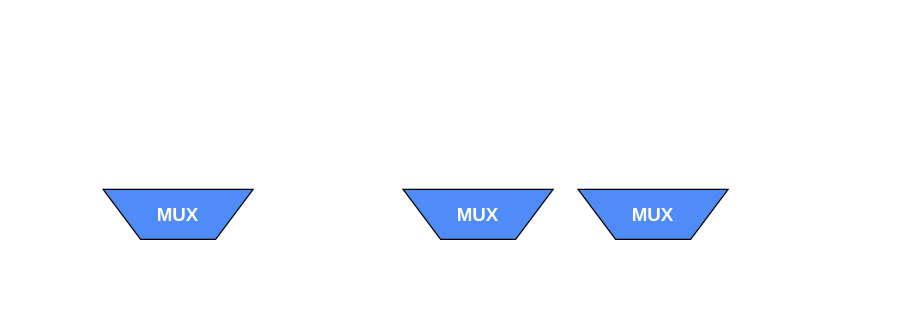
kxzhu0505/Delay-Padding-For-Multi-corner keeps this draw.io diagram as hlsls.drawio. Above is the earlier version. Source tidied: cells renumbered, new cells numbered last; positions are measured from the earlier drawing's top-left corner, leaving out a move shared by most shapes. Both pictures are drawn from the tidied source at 125%, with x=0, y=0 at pixel (102, 189).
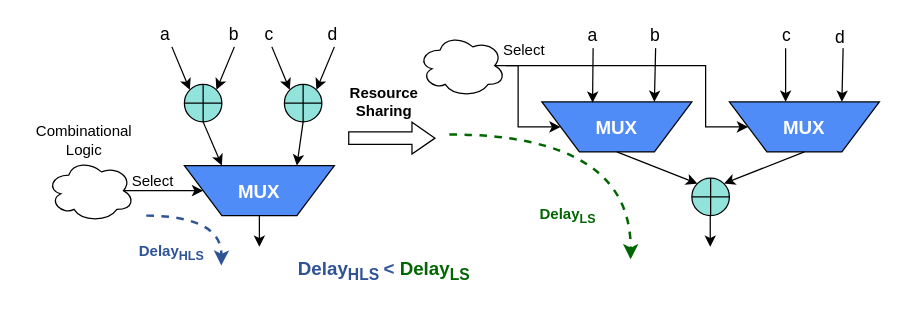
Above is the later version.

The change refers to these unchanged cells:
```xml
<mxCell id="3" style="shape=trapezoid;perimeter=trapezoidPerimeter;whiteSpace=wrap;html=1;fixedSize=1;size=30;rotation=-180;fillColor=light-dark(#4f8cf7, #ededed);" parent="2" vertex="1">
  <mxGeometry width="120" height="40" as="geometry" />
</mxCell>
<mxCell id="6" style="shape=trapezoid;perimeter=trapezoidPerimeter;whiteSpace=wrap;html=1;fixedSize=1;size=30;rotation=-180;fillColor=light-dark(#4f8cf7, #ededed);" parent="5" vertex="1">
  <mxGeometry width="120" height="40" as="geometry" />
</mxCell>
<mxCell id="9" style="shape=trapezoid;perimeter=trapezoidPerimeter;whiteSpace=wrap;html=1;fixedSize=1;size=30;rotation=-180;fillColor=light-dark(#4f8cf7, #ededed);" parent="8" vertex="1">
  <mxGeometry width="120" height="40" as="geometry" />
</mxCell>
```

What changed in the source:
```diff
@@
     <mxCell id="2" style="group;" parent="1" vertex="1">
-      <mxGeometry width="120" height="40" as="geometry" />
+      <mxGeometry x="65" y="-19" width="120" height="40" as="geometry" />
     </mxCell>
@@
     <mxCell id="5" style="group;" parent="1" vertex="1">
-      <mxGeometry x="240" width="120" height="40" as="geometry" />
+      <mxGeometry x="351" y="-70" width="120" height="40" as="geometry" />
     </mxCell>
@@
     <mxCell id="8" style="group;" parent="1" vertex="1">
-      <mxGeometry x="380" width="120" height="40" as="geometry" />
+      <mxGeometry x="501" y="-70" width="120" height="40" as="geometry" />
     </mxCell>
@@
+    <mxCell id="11" style="ellipse;shape=cloud;whiteSpace=wrap;html=1;fillColor=light-dark(#FFFFFF,#EDEDED);" parent="1" vertex="1">
+      <mxGeometry x="-45" y="-24" width="70" height="50" as="geometry" />
+    </mxCell>
+    <mxCell id="12" value="Combinational&lt;div&gt;Logic&lt;/div&gt;" style="text;html=1;align=center;verticalAlign=middle;whiteSpace=wrap;rounded=0;" parent="1" vertex="1">
+      <mxGeometry x="-65" y="-54" width="100" height="30" as="geometry" />
+    </mxCell>
+    <mxCell id="13" style="verticalLabelPosition=bottom;verticalAlign=top;html=1;shape=mxgraph.flowchart.summing_function;fillColor=#92E3DC;" parent="1" vertex="1">
+      <mxGeometry x="65" y="-84" width="30" height="30" as="geometry" />
+    </mxCell>
+    <mxCell id="14" style="endArrow=classic;html=1;rounded=0;entryX=0.855;entryY=0.145;entryDx=0;entryDy=0;entryPerimeter=0;" parent="1" edge="1" target="13">
+      <mxGeometry relative="1" as="geometry">
+        <mxPoint x="105" y="-114" as="sourcePoint" />
+      </mxGeometry>
+    </mxCell>
+    <mxCell id="15" style="endArrow=classic;html=1;rounded=0;entryX=0.145;entryY=0.145;entryDx=0;entryDy=0;entryPerimeter=0;" parent="1" edge="1" target="13">
+      <mxGeometry relative="1" as="geometry">
+        <mxPoint x="55" y="-114" as="sourcePoint" />
+      </mxGeometry>
+    </mxCell>
+    <mxCell id="16" style="verticalLabelPosition=bottom;verticalAlign=top;html=1;shape=mxgraph.flowchart.summing_function;fillColor=#92E3DC;" parent="1" vertex="1">
+      <mxGeometry x="145" y="-84" width="30" height="30" as="geometry" />
+    </mxCell>
+    <mxCell id="17" style="endArrow=classic;html=1;rounded=0;entryX=0.855;entryY=0.145;entryDx=0;entryDy=0;entryPerimeter=0;" parent="1" edge="1" target="16">
+      <mxGeometry relative="1" as="geometry">
+        <mxPoint x="185" y="-114" as="sourcePoint" />
+      </mxGeometry>
+    </mxCell>
+    <mxCell id="18" style="endArrow=classic;html=1;rounded=0;entryX=0.145;entryY=0.145;entryDx=0;entryDy=0;entryPerimeter=0;" parent="1" edge="1" target="16">
+      <mxGeometry relative="1" as="geometry">
+        <mxPoint x="135" y="-114" as="sourcePoint" />
+      </mxGeometry>
+    </mxCell>
+    <mxCell id="19" style="endArrow=classic;html=1;rounded=0;entryX=0.75;entryY=1;entryDx=0;entryDy=0;exitX=0.5;exitY=1;exitDx=0;exitDy=0;exitPerimeter=0;" parent="1" edge="1" source="13" target="3">
+      <mxGeometry relative="1" as="geometry" />
+    </mxCell>
+    <mxCell id="20" style="endArrow=classic;html=1;rounded=0;entryX=0.25;entryY=1;entryDx=0;entryDy=0;exitX=0.5;exitY=1;exitDx=0;exitDy=0;exitPerimeter=0;" parent="1" edge="1" source="16" target="3">
+      <mxGeometry relative="1" as="geometry" />
+    </mxCell>
+    <mxCell id="21" value="&lt;font style=&quot;font-size: 14px;&quot;&gt;a&lt;/font&gt;" style="text;html=1;align=center;verticalAlign=middle;whiteSpace=wrap;rounded=0;" parent="1" vertex="1">
+      <mxGeometry x="35" y="-134" width="30" height="20" as="geometry" />
+    </mxCell>
+    <mxCell id="22" value="&lt;font style=&quot;font-size: 14px;&quot;&gt;b&lt;/font&gt;" style="text;html=1;align=center;verticalAlign=middle;whiteSpace=wrap;rounded=0;" parent="1" vertex="1">
+      <mxGeometry x="90" y="-134" width="30" height="20" as="geometry" />
+    </mxCell>
+    <mxCell id="23" value="&lt;font style=&quot;font-size: 14px;&quot;&gt;c&lt;/font&gt;" style="text;html=1;align=center;verticalAlign=middle;whiteSpace=wrap;rounded=0;" parent="1" vertex="1">
+      <mxGeometry x="118" y="-134" width="30" height="20" as="geometry" />
+    </mxCell>
+    <mxCell id="24" value="&lt;font style=&quot;font-size: 14px;&quot;&gt;d&lt;/font&gt;" style="text;html=1;align=center;verticalAlign=middle;whiteSpace=wrap;rounded=0;" parent="1" vertex="1">
+      <mxGeometry x="169" y="-134" width="30" height="20" as="geometry" />
+    </mxCell>
+    <mxCell id="25" style="endArrow=classic;html=1;rounded=0;exitX=0.875;exitY=0.5;exitDx=0;exitDy=0;exitPerimeter=0;entryX=1;entryY=0.5;entryDx=0;entryDy=0;" parent="1" edge="1" source="11" target="3">
+      <mxGeometry relative="1" as="geometry" />
+    </mxCell>
+    <mxCell id="26" style="endArrow=classic;html=1;rounded=0;exitX=0.5;exitY=0;exitDx=0;exitDy=0;" parent="1" edge="1" source="3">
+      <mxGeometry relative="1" as="geometry">
+        <mxPoint x="125" y="46" as="targetPoint" />
+      </mxGeometry>
+    </mxCell>
+    <mxCell id="27" style="shape=flexArrow;endArrow=classic;html=1;rounded=0;endWidth=14.35897435897436;endSize=5.805128205128206;" parent="1" edge="1">
+      <mxGeometry relative="1" as="geometry">
+        <mxPoint x="196" y="-41" as="sourcePoint" />
+        <mxPoint x="266" y="-41" as="targetPoint" />
+      </mxGeometry>
+    </mxCell>
+    <mxCell id="28" value="&lt;b&gt;Resource&lt;/b&gt;&lt;div&gt;&lt;b&gt;Sharing&lt;/b&gt;&lt;/div&gt;" style="text;html=1;align=center;verticalAlign=middle;whiteSpace=wrap;rounded=0;" parent="1" vertex="1">
+      <mxGeometry x="175" y="-85" width="100" height="30" as="geometry" />
+    </mxCell>
+    <mxCell id="29" style="verticalLabelPosition=bottom;verticalAlign=top;html=1;shape=mxgraph.flowchart.summing_function;fillColor=#92E3DC;" parent="1" vertex="1">
+      <mxGeometry x="471" y="-9" width="30" height="30" as="geometry" />
+    </mxCell>
+    <mxCell id="30" style="rounded=0;jettySize=auto;html=1;entryX=0.145;entryY=0.145;entryDx=0;entryDy=0;entryPerimeter=0;exitX=0.5;exitY=0;exitDx=0;exitDy=0;" parent="1" edge="1" source="6" target="29">
+      <mxGeometry relative="1" as="geometry" />
+    </mxCell>
+    <mxCell id="31" style="rounded=0;jettySize=auto;html=1;entryX=0.855;entryY=0.145;entryDx=0;entryDy=0;entryPerimeter=0;exitX=0.5;exitY=0;exitDx=0;exitDy=0;" parent="1" edge="1" source="9" target="29">
+      <mxGeometry relative="1" as="geometry" />
+    </mxCell>
+    <mxCell id="32" style="edgeStyle=orthogonalEdgeStyle;rounded=0;jettySize=auto;html=1;entryX=1;entryY=0.5;entryDx=0;entryDy=0;exitX=0.875;exitY=0.5;exitDx=0;exitDy=0;exitPerimeter=0;" parent="1" edge="1" source="34" target="9">
+      <mxGeometry relative="1" as="geometry">
+        <Array as="points">
+          <mxPoint x="482" y="-99" />
+          <mxPoint x="482" y="-50" />
+        </Array>
+      </mxGeometry>
+    </mxCell>
+    <mxCell id="33" style="edgeStyle=orthogonalEdgeStyle;rounded=0;jettySize=auto;html=1;entryX=1;entryY=0.5;entryDx=0;entryDy=0;" parent="1" edge="1" source="34" target="6">
+      <mxGeometry relative="1" as="geometry">
+        <Array as="points">
+          <mxPoint x="332" y="-99" />
+          <mxPoint x="332" y="-50" />
+        </Array>
+      </mxGeometry>
+    </mxCell>
+    <mxCell id="34" style="ellipse;shape=cloud;whiteSpace=wrap;html=1;fillColor=light-dark(#FFFFFF,#EDEDED);" parent="1" vertex="1">
+      <mxGeometry x="252" y="-124" width="70" height="50" as="geometry" />
+    </mxCell>
+    <mxCell id="35" style="endArrow=classic;html=1;rounded=0;entryX=0.25;entryY=1;entryDx=0;entryDy=0;" parent="1" edge="1" target="6">
+      <mxGeometry relative="1" as="geometry">
+        <mxPoint x="442" y="-113" as="sourcePoint" />
+      </mxGeometry>
+    </mxCell>
+    <mxCell id="36" style="endArrow=classic;html=1;rounded=0;entryX=0.662;entryY=0.983;entryDx=0;entryDy=0;entryPerimeter=0;" parent="1" edge="1" target="6">
+      <mxGeometry relative="1" as="geometry">
+        <mxPoint x="392" y="-113" as="sourcePoint" />
+      </mxGeometry>
+    </mxCell>
+    <mxCell id="37" style="endArrow=classic;html=1;rounded=0;entryX=0.25;entryY=1;entryDx=0;entryDy=0;" parent="1" edge="1" target="9">
+      <mxGeometry relative="1" as="geometry">
+        <mxPoint x="592" y="-113" as="sourcePoint" />
+      </mxGeometry>
+    </mxCell>
+    <mxCell id="38" style="endArrow=classic;html=1;rounded=0;entryX=0.145;entryY=0.145;entryDx=0;entryDy=0;entryPerimeter=0;" parent="1" edge="1">
+      <mxGeometry relative="1" as="geometry">
+        <mxPoint x="546" y="-113" as="sourcePoint" />
+        <mxPoint x="546" y="-70" as="targetPoint" />
+      </mxGeometry>
+    </mxCell>
+    <mxCell id="39" value="&lt;font style=&quot;font-size: 14px;&quot;&gt;a&lt;/font&gt;" style="text;html=1;align=center;verticalAlign=middle;whiteSpace=wrap;rounded=0;" parent="1" vertex="1">
+      <mxGeometry x="377" y="-133" width="30" height="20" as="geometry" />
+    </mxCell>
+    <mxCell id="40" value="&lt;font style=&quot;font-size: 14px;&quot;&gt;b&lt;/font&gt;" style="text;html=1;align=center;verticalAlign=middle;whiteSpace=wrap;rounded=0;" parent="1" vertex="1">
+      <mxGeometry x="427" y="-133" width="30" height="20" as="geometry" />
+    </mxCell>
+    <mxCell id="41" value="&lt;font style=&quot;font-size: 14px;&quot;&gt;c&lt;/font&gt;" style="text;html=1;align=center;verticalAlign=middle;whiteSpace=wrap;rounded=0;" parent="1" vertex="1">
+      <mxGeometry x="532" y="-133" width="30" height="20" as="geometry" />
+    </mxCell>
+    <mxCell id="42" value="&lt;font style=&quot;font-size: 14px;&quot;&gt;d&lt;/font&gt;" style="text;html=1;align=center;verticalAlign=middle;whiteSpace=wrap;rounded=0;" parent="1" vertex="1">
+      <mxGeometry x="575" y="-132" width="30" height="20" as="geometry" />
+    </mxCell>
+    <mxCell id="43" style="endArrow=classic;html=1;rounded=0;exitX=0.5;exitY=0;exitDx=0;exitDy=0;" parent="1" edge="1">
+      <mxGeometry relative="1" as="geometry">
+        <mxPoint x="485.7" y="21" as="sourcePoint" />
+        <mxPoint x="485.7" y="46" as="targetPoint" />
+      </mxGeometry>
+    </mxCell>
+    <mxCell id="44" style="endArrow=classic;html=1;rounded=0;edgeStyle=orthogonalEdgeStyle;curved=1;dashed=1;strokeColor=#2F5397;strokeWidth=2;" parent="1" edge="1">
+      <mxGeometry relative="1" as="geometry">
+        <mxPoint x="34.5" y="21" as="sourcePoint" />
+        <mxPoint x="94.5" y="61" as="targetPoint" />
+      </mxGeometry>
+    </mxCell>
+    <mxCell id="45" value="&lt;b&gt;&lt;font style=&quot;color: rgb(47, 83, 151);&quot;&gt;Delay&lt;sub style=&quot;&quot;&gt;HLS&lt;/sub&gt;&lt;/font&gt;&lt;/b&gt;" style="text;html=1;align=center;verticalAlign=middle;whiteSpace=wrap;rounded=0;" parent="1" vertex="1">
+      <mxGeometry x="5" y="36" width="100" height="30" as="geometry" />
+    </mxCell>
+    <mxCell id="46" style="endArrow=classic;html=1;rounded=0;edgeStyle=orthogonalEdgeStyle;curved=1;dashed=1;strokeColor=#006600;strokeWidth=2;" parent="1" edge="1">
+      <mxGeometry relative="1" as="geometry">
+        <mxPoint x="277" y="-44" as="sourcePoint" />
+        <mxPoint x="422" y="56" as="targetPoint" />
+      </mxGeometry>
+    </mxCell>
+    <mxCell id="47" value="&lt;b&gt;&lt;font style=&quot;color: rgb(0, 102, 0);&quot;&gt;Delay&lt;sub style=&quot;&quot;&gt;LS&lt;/sub&gt;&lt;/font&gt;&lt;/b&gt;" style="text;html=1;align=center;verticalAlign=middle;whiteSpace=wrap;rounded=0;" parent="1" vertex="1">
+      <mxGeometry x="322" y="6" width="100" height="30" as="geometry" />
+    </mxCell>
+    <mxCell id="48" value="Select" style="text;html=1;align=center;verticalAlign=middle;whiteSpace=wrap;rounded=0;" parent="1" vertex="1">
+      <mxGeometry x="15" y="-19" width="50" height="25" as="geometry" />
+    </mxCell>
+    <mxCell id="49" value="Select" style="text;html=1;align=center;verticalAlign=middle;whiteSpace=wrap;rounded=0;" parent="1" vertex="1">
+      <mxGeometry x="312" y="-124" width="50" height="25" as="geometry" />
+    </mxCell>
+    <mxCell id="50" value="&lt;font style=&quot;font-size: 15px;&quot;&gt;&lt;b style=&quot;&quot;&gt;&lt;font style=&quot;&quot;&gt;&lt;font style=&quot;color: rgb(47, 83, 151);&quot;&gt;Delay&lt;sub style=&quot;&quot;&gt;HLS&amp;nbsp;&lt;/sub&gt;&amp;lt;&amp;nbsp;&lt;/font&gt;&lt;/font&gt;&lt;/b&gt;&lt;b style=&quot;&quot;&gt;&lt;font style=&quot;color: rgb(0, 102, 0);&quot;&gt;Delay&lt;sub style=&quot;&quot;&gt;LS&lt;/sub&gt;&lt;/font&gt;&lt;/b&gt;&lt;/font&gt;" style="text;html=1;align=center;verticalAlign=middle;whiteSpace=wrap;rounded=0;" parent="1" vertex="1">
+      <mxGeometry x="160" y="50" width="130" height="30" as="geometry" />
+    </mxCell>
```
